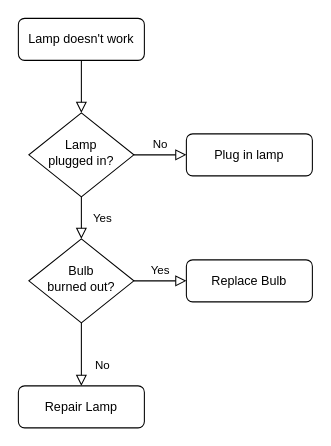
Earlier version of the draw.io diagram Untitled Diagram.drawio (nrgix2/api-netpoint). Source tidied: cells renumbered, new cells numbered last; positions are measured from the earlier drawing's top-left corner, leaving out a move shared by most shapes. Both pictures are drawn from the tidied source at 105%, with x=0, y=0 at pixel (18, 18).
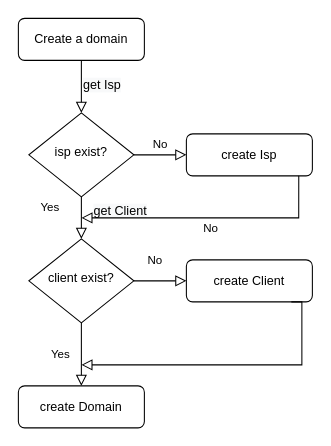
Above is the later version.

The edit, as a diff of the source:
```diff
@@
-    <mxCell id="3" value="Lamp doesn't work" style="rounded=1;whiteSpace=wrap;html=1;fontSize=12;glass=0;strokeWidth=1;shadow=0;" parent="1" vertex="1">
+    <mxCell id="3" value="Create a domain" style="rounded=1;whiteSpace=wrap;html=1;fontSize=12;glass=0;strokeWidth=1;shadow=0;" parent="1" vertex="1">
       <mxGeometry width="120" height="40" as="geometry" />
     </mxCell>
     <mxCell id="4" value="Yes" style="rounded=0;html=1;jettySize=auto;fontSize=11;endArrow=block;endFill=0;endSize=8;strokeWidth=1;shadow=0;labelBackgroundColor=none;edgeStyle=orthogonalEdgeStyle;" parent="1" edge="1" source="6" target="10">
-      <mxGeometry y="20" relative="1" as="geometry" />
+      <mxGeometry x="-0.5" y="-30" relative="1" as="geometry" />
     </mxCell>
@@
-    <mxCell id="6" value="Lamp&lt;br&gt;plugged in?" style="rhombus;whiteSpace=wrap;html=1;shadow=0;fontFamily=Helvetica;fontSize=12;align=center;strokeWidth=1;spacing=6;spacingTop=-4;" parent="1" vertex="1">
+    <mxCell id="6" value="isp exist?" style="rhombus;whiteSpace=wrap;html=1;shadow=0;fontFamily=Helvetica;fontSize=12;align=center;strokeWidth=1;spacing=6;spacingTop=-4;" parent="1" vertex="1">
       <mxGeometry x="10" y="90" width="100" height="80" as="geometry" />
     </mxCell>
-    <mxCell id="7" value="Plug in lamp" style="rounded=1;whiteSpace=wrap;html=1;fontSize=12;glass=0;strokeWidth=1;shadow=0;" parent="1" vertex="1">
+    <mxCell id="7" value="create Isp" style="rounded=1;whiteSpace=wrap;html=1;fontSize=12;glass=0;strokeWidth=1;shadow=0;" parent="1" vertex="1">
       <mxGeometry x="160" y="110" width="120" height="40" as="geometry" />
     </mxCell>
     <mxCell id="8" value="No" style="rounded=0;html=1;jettySize=auto;fontSize=11;endArrow=block;endFill=0;endSize=8;strokeWidth=1;shadow=0;labelBackgroundColor=none;edgeStyle=orthogonalEdgeStyle;" parent="1" edge="1" source="10" target="11">
-      <mxGeometry x="0.33" y="20" relative="1" as="geometry" />
+      <mxGeometry x="-1" y="92" relative="1" as="geometry">
+        <mxPoint x="-22" y="-60" as="offset" />
+      </mxGeometry>
     </mxCell>
     <mxCell id="9" value="Yes" style="edgeStyle=orthogonalEdgeStyle;rounded=0;html=1;jettySize=auto;fontSize=11;endArrow=block;endFill=0;endSize=8;strokeWidth=1;shadow=0;labelBackgroundColor=none;" parent="1" edge="1" source="10" target="12">
-      <mxGeometry y="10" relative="1" as="geometry" />
+      <mxGeometry x="-1" y="-99" relative="1" as="geometry">
+        <mxPoint x="-70" y="-29" as="offset" />
+      </mxGeometry>
     </mxCell>
-    <mxCell id="10" value="Bulb&lt;br&gt;burned out?" style="rhombus;whiteSpace=wrap;html=1;shadow=0;fontFamily=Helvetica;fontSize=12;align=center;strokeWidth=1;spacing=6;spacingTop=-4;" parent="1" vertex="1">
+    <mxCell id="10" value="client exist?" style="rhombus;whiteSpace=wrap;html=1;shadow=0;fontFamily=Helvetica;fontSize=12;align=center;strokeWidth=1;spacing=6;spacingTop=-4;" parent="1" vertex="1">
       <mxGeometry x="10" y="210" width="100" height="80" as="geometry" />
     </mxCell>
-    <mxCell id="11" value="Repair Lamp" style="rounded=1;whiteSpace=wrap;html=1;fontSize=12;glass=0;strokeWidth=1;shadow=0;" parent="1" vertex="1">
+    <mxCell id="11" value="create Domain" style="rounded=1;whiteSpace=wrap;html=1;fontSize=12;glass=0;strokeWidth=1;shadow=0;" parent="1" vertex="1">
       <mxGeometry y="350" width="120" height="40" as="geometry" />
     </mxCell>
-    <mxCell id="12" value="Replace Bulb" style="rounded=1;whiteSpace=wrap;html=1;fontSize=12;glass=0;strokeWidth=1;shadow=0;" parent="1" vertex="1">
+    <mxCell id="12" value="create Client" style="rounded=1;whiteSpace=wrap;html=1;fontSize=12;glass=0;strokeWidth=1;shadow=0;" parent="1" vertex="1">
       <mxGeometry x="160" y="230" width="120" height="40" as="geometry" />
     </mxCell>
+    <mxCell id="13" value="&lt;span style=&quot;color: rgb(0, 0, 0); font-family: helvetica; font-size: 12px; font-style: normal; font-weight: 400; letter-spacing: normal; text-align: center; text-indent: 0px; text-transform: none; word-spacing: 0px; background-color: rgb(248, 249, 250); display: inline; float: none;&quot;&gt;get Isp&lt;/span&gt;" style="text;whiteSpace=wrap;html=1;" parent="1" vertex="1">
+      <mxGeometry x="60" y="50" width="60" height="30" as="geometry" />
+    </mxCell>
+    <mxCell id="14" value="&lt;span style=&quot;color: rgb(0 , 0 , 0) ; font-family: &amp;#34;helvetica&amp;#34; ; font-size: 12px ; font-style: normal ; font-weight: 400 ; letter-spacing: normal ; text-align: center ; text-indent: 0px ; text-transform: none ; word-spacing: 0px ; background-color: rgb(248 , 249 , 250) ; display: inline ; float: none&quot;&gt;get Client&lt;/span&gt;" style="text;whiteSpace=wrap;html=1;" parent="1" vertex="1">
+      <mxGeometry x="70" y="170" width="60" height="30" as="geometry" />
+    </mxCell>
+    <mxCell id="15" value="No" style="edgeStyle=orthogonalEdgeStyle;rounded=0;html=1;jettySize=auto;fontSize=11;endArrow=block;endFill=0;endSize=8;strokeWidth=1;shadow=0;labelBackgroundColor=none;exitX=0.892;exitY=1;exitDx=0;exitDy=0;exitPerimeter=0;" parent="1" edge="1" source="7">
+      <mxGeometry y="10" relative="1" as="geometry">
+        <mxPoint x="60" y="190" as="targetPoint" />
+        <Array as="points">
+          <mxPoint x="267" y="190" />
+        </Array>
+      </mxGeometry>
+    </mxCell>
+    <mxCell id="16" style="edgeStyle=orthogonalEdgeStyle;rounded=0;html=1;jettySize=auto;fontSize=11;endArrow=block;endFill=0;endSize=8;strokeWidth=1;shadow=0;labelBackgroundColor=none;exitX=0.833;exitY=1;exitDx=0;exitDy=0;exitPerimeter=0;" parent="1" edge="1" source="12">
+      <mxGeometry x="-0.52" y="204" relative="1" as="geometry">
+        <mxPoint x="60" y="330" as="targetPoint" />
+        <Array as="points">
+          <mxPoint x="270" y="270" />
+          <mxPoint x="270" y="330" />
+        </Array>
+        <mxPoint x="40" y="-4" as="offset" />
+      </mxGeometry>
+    </mxCell>
```
